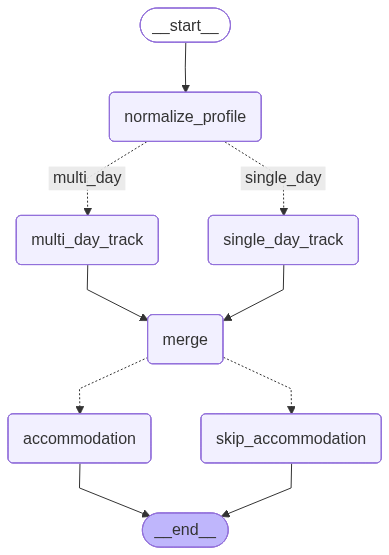
The Mermaid diagram docs/graphs/planner_workflow.png in kenan-memis/tc-capstone, before a commit. Its source is kept beside it as docs/graphs/planner_workflow.mmd. Its diagram source:
```mermaid
---
config:
  flowchart:
    curve: linear
---
graph TD;
	__start__([<p>__start__</p>]):::first
	normalize_profile(normalize_profile)
	multi_day_track(multi_day_track)
	single_day_track(single_day_track)
	merge(merge)
	accommodation(accommodation)
	skip_accommodation(skip_accommodation)
	__end__([<p>__end__</p>]):::last
	__start__ --> normalize_profile;
	merge -.-> accommodation;
	merge -.-> skip_accommodation;
	multi_day_track --> merge;
	normalize_profile -. &nbsp;multi_day&nbsp; .-> multi_day_track;
	normalize_profile -. &nbsp;single_day&nbsp; .-> single_day_track;
	single_day_track --> merge;
	accommodation --> __end__;
	skip_accommodation --> __end__;
	classDef default fill:#f2f0ff,line-height:1.2
	classDef first fill-opacity:0
	classDef last fill:#bfb6fc
```
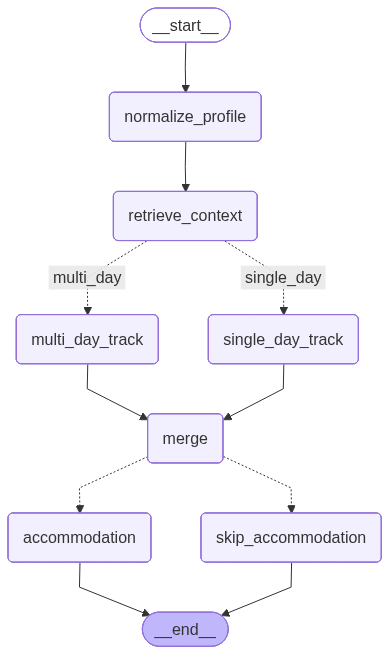
After the commit.

Diff of the diagram source:
```diff
@@ -6,6 +6,7 @@
 graph TD;
 	__start__([<p>__start__</p>]):::first
 	normalize_profile(normalize_profile)
+	retrieve_context(retrieve_context)
 	multi_day_track(multi_day_track)
 	single_day_track(single_day_track)
 	merge(merge)
@@ -16,8 +17,9 @@
 	merge -.-> accommodation;
 	merge -.-> skip_accommodation;
 	multi_day_track --> merge;
-	normalize_profile -. &nbsp;multi_day&nbsp; .-> multi_day_track;
-	normalize_profile -. &nbsp;single_day&nbsp; .-> single_day_track;
+	normalize_profile --> retrieve_context;
+	retrieve_context -. &nbsp;multi_day&nbsp; .-> multi_day_track;
+	retrieve_context -. &nbsp;single_day&nbsp; .-> single_day_track;
 	single_day_track --> merge;
 	accommodation --> __end__;
 	skip_accommodation --> __end__;
```
